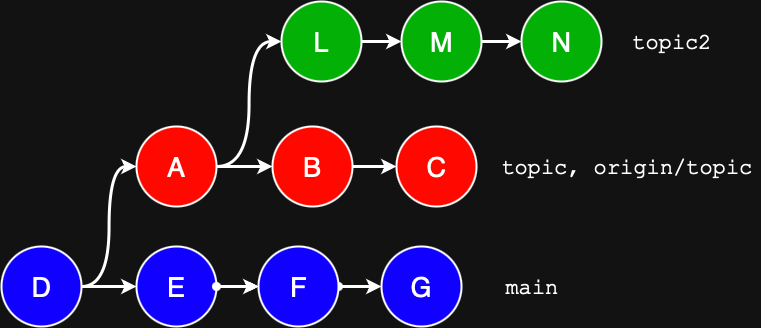
Earlier version of the draw.io export rebase-exercise/git-rebase-exercise-1.drawio.png (nav-mohan/wiki). Source tidied: cells renumbered, new cells last; positions are measured from the earlier drawing's top-left corner, leaving out a move shared by most shapes. Source of this version:
```xml
<mxGraphModel>
  <root>
    <mxCell id="0" />
    <mxCell id="1" parent="0" />
    <mxCell id="2" style="edgeStyle=orthogonalEdgeStyle;rounded=0;jettySize=auto;html=1;" parent="1" edge="1" source="4" target="21">
      <mxGeometry relative="1" as="geometry" />
    </mxCell>
    <mxCell id="3" style="edgeStyle=orthogonalEdgeStyle;rounded=0;jettySize=auto;html=1;" parent="1" edge="1" source="4" target="21">
      <mxGeometry relative="1" as="geometry" />
    </mxCell>
    <mxCell id="4" value="E" style="ellipse;whiteSpace=wrap;html=1;strokeWidth=2;fontSize=27;fillColor=light-dark(#FFFFFF,#1000FF);fontColor=light-dark(#000000,#FFFFFF);strokeColor=light-dark(#000000,#FFFFFF);" parent="1" vertex="1">
      <mxGeometry x="135" y="245" width="80" height="80" as="geometry" />
    </mxCell>
    <mxCell id="5" value="N" style="ellipse;whiteSpace=wrap;html=1;strokeWidth=2;fontSize=27;fillColor=light-dark(#FFFFFF,#02B006);fontColor=light-dark(#000000,#FFFFFF);strokeColor=default;align=center;verticalAlign=middle;fontFamily=Helvetica;" parent="1" vertex="1">
      <mxGeometry x="520" width="80" height="80" as="geometry" />
    </mxCell>
    <mxCell id="6" style="edgeStyle=orthogonalEdgeStyle;rounded=0;jettySize=auto;html=1;entryX=0;entryY=0.5;entryDx=0;entryDy=0;strokeWidth=3;" parent="1" edge="1" source="7" target="17">
      <mxGeometry relative="1" as="geometry">
        <Array as="points">
          <mxPoint x="260" y="165" />
          <mxPoint x="260" y="165" />
        </Array>
      </mxGeometry>
    </mxCell>
    <mxCell id="7" value="A" style="ellipse;whiteSpace=wrap;html=1;strokeWidth=2;fontSize=27;fillColor=light-dark(#FFFFFF,#FF0800);fontColor=light-dark(#000000,#FFFFFF);strokeColor=default;align=center;verticalAlign=middle;fontFamily=Helvetica;" parent="1" vertex="1">
      <mxGeometry x="135" y="125" width="80" height="80" as="geometry" />
    </mxCell>
    <mxCell id="8" style="endArrow=classic;html=1;rounded=0;exitX=1;exitY=0.5;exitDx=0;exitDy=0;entryX=0;entryY=0.5;entryDx=0;entryDy=0;strokeWidth=3;fontSize=27;fontColor=light-dark(#000000,#000000);endSize=6;" parent="1" edge="1" source="13" target="4">
      <mxGeometry relative="1" as="geometry" />
    </mxCell>
    <mxCell id="9" style="edgeStyle=orthogonalEdgeStyle;rounded=0;jettySize=auto;html=1;strokeWidth=3;endSize=6;" parent="1" edge="1" source="10" target="5">
      <mxGeometry relative="1" as="geometry" />
    </mxCell>
    <mxCell id="10" value="M" style="ellipse;whiteSpace=wrap;html=1;strokeWidth=2;fontSize=27;fillColor=light-dark(#FFFFFF,#02B006);fontColor=light-dark(#000000,#FFFFFF);strokeColor=default;align=center;verticalAlign=middle;fontFamily=Helvetica;" parent="1" vertex="1">
      <mxGeometry x="400" width="80" height="80" as="geometry" />
    </mxCell>
    <mxCell id="11" value="&lt;font face=&quot;Courier New&quot;&gt;topic2&lt;/font&gt;" style="text;html=1;align=center;verticalAlign=middle;strokeColor=none;fillColor=none;fontSize=22;" parent="1" vertex="1">
      <mxGeometry x="620" y="20" width="100" height="40" as="geometry" />
    </mxCell>
    <mxCell id="12" value="&lt;font face=&quot;Courier New&quot;&gt;topic, origin/topic&lt;/font&gt;" style="text;html=1;align=center;verticalAlign=middle;strokeColor=none;fillColor=none;fontSize=22;" parent="1" vertex="1">
      <mxGeometry x="490" y="145" width="270" height="40" as="geometry" />
    </mxCell>
    <mxCell id="13" value="D" style="ellipse;whiteSpace=wrap;html=1;strokeWidth=2;fontSize=27;fillColor=light-dark(#FFFFFF,#1000FF);fontColor=light-dark(#000000,#FFFFFF);strokeColor=light-dark(#000000,#FFFFFF);" parent="1" vertex="1">
      <mxGeometry y="245" width="80" height="80" as="geometry" />
    </mxCell>
    <mxCell id="14" style="endArrow=classic;html=1;rounded=0;entryX=0;entryY=0.5;entryDx=0;entryDy=0;exitX=1;exitY=0.5;exitDx=0;exitDy=0;strokeWidth=3;startArrow=oval;startFill=1;fontSize=27;fontColor=light-dark(#000000,#000000);endSize=6;" parent="1" edge="1" source="21" target="15">
      <mxGeometry relative="1" as="geometry" />
    </mxCell>
    <mxCell id="15" value="G" style="ellipse;whiteSpace=wrap;html=1;strokeWidth=2;fontSize=27;fillColor=light-dark(#FFFFFF,#1000FF);fontColor=light-dark(#000000,#FFFFFF);strokeColor=light-dark(#000000,#FFFFFF);" parent="1" vertex="1">
      <mxGeometry x="380" y="245" width="80" height="80" as="geometry" />
    </mxCell>
    <mxCell id="16" style="edgeStyle=orthogonalEdgeStyle;rounded=0;jettySize=auto;html=1;strokeColor=default;strokeWidth=3;align=center;verticalAlign=middle;fontFamily=Helvetica;fontSize=11;fontColor=default;labelBackgroundColor=default;endArrow=classic;" parent="1" edge="1" source="17" target="23">
      <mxGeometry relative="1" as="geometry">
        <Array as="points">
          <mxPoint x="380" y="165" />
          <mxPoint x="380" y="165" />
        </Array>
      </mxGeometry>
    </mxCell>
    <mxCell id="17" value="B" style="ellipse;whiteSpace=wrap;html=1;strokeWidth=2;fontSize=27;fillColor=light-dark(#FFFFFF,#FF0800);fontColor=light-dark(#000000,#FFFFFF);strokeColor=default;align=center;verticalAlign=middle;fontFamily=Helvetica;" parent="1" vertex="1">
      <mxGeometry x="271" y="125" width="80" height="80" as="geometry" />
    </mxCell>
    <mxCell id="18" style="edgeStyle=orthogonalEdgeStyle;rounded=0;jettySize=auto;html=1;strokeWidth=3;" parent="1" edge="1" source="19" target="10">
      <mxGeometry relative="1" as="geometry" />
    </mxCell>
    <mxCell id="19" value="L" style="ellipse;whiteSpace=wrap;html=1;strokeWidth=2;fontSize=27;fillColor=light-dark(#FFFFFF,#02B006);fontColor=light-dark(#000000,#FFFFFF);strokeColor=default;align=center;verticalAlign=middle;fontFamily=Helvetica;" parent="1" vertex="1">
      <mxGeometry x="280" width="80" height="80" as="geometry" />
    </mxCell>
    <mxCell id="20" style="endArrow=classic;html=1;rounded=0;entryX=0;entryY=0.5;entryDx=0;entryDy=0;exitX=1;exitY=0.5;exitDx=0;exitDy=0;strokeWidth=3;startArrow=oval;startFill=1;fontSize=27;fontColor=light-dark(#000000,#000000);endSize=6;" parent="1" edge="1" source="4" target="21">
      <mxGeometry relative="1" as="geometry" />
    </mxCell>
    <mxCell id="21" value="F" style="ellipse;whiteSpace=wrap;html=1;strokeWidth=2;fontSize=27;fillColor=light-dark(#FFFFFF,#1000FF);fontColor=light-dark(#000000,#FFFFFF);strokeColor=light-dark(#000000,#FFFFFF);" parent="1" vertex="1">
      <mxGeometry x="257" y="245" width="80" height="80" as="geometry" />
    </mxCell>
    <mxCell id="22" value="&lt;font face=&quot;Courier New&quot;&gt;main&lt;/font&gt;" style="text;html=1;align=center;verticalAlign=middle;strokeColor=none;fillColor=none;fontSize=22;" parent="1" vertex="1">
      <mxGeometry x="490" y="265" width="80" height="40" as="geometry" />
    </mxCell>
    <mxCell id="23" value="C" style="ellipse;whiteSpace=wrap;html=1;strokeWidth=2;fontSize=27;fillColor=light-dark(#FFFFFF,#FF0800);fontColor=light-dark(#000000,#FFFFFF);strokeColor=default;align=center;verticalAlign=middle;fontFamily=Helvetica;" parent="1" vertex="1">
      <mxGeometry x="395" y="125" width="80" height="80" as="geometry" />
    </mxCell>
    <mxCell id="24" style="edgeStyle=orthogonalEdgeStyle;rounded=0;jettySize=auto;html=1;entryX=0;entryY=0.5;entryDx=0;entryDy=0;strokeWidth=3;exitX=1;exitY=0.5;exitDx=0;exitDy=0;curved=1;" parent="1" edge="1" source="13" target="7">
      <mxGeometry relative="1" as="geometry" />
    </mxCell>
    <mxCell id="25" style="edgeStyle=orthogonalEdgeStyle;rounded=0;jettySize=auto;html=1;entryX=0;entryY=0.5;entryDx=0;entryDy=0;strokeWidth=3;exitX=1;exitY=0.5;exitDx=0;exitDy=0;curved=1;" parent="1" edge="1" source="7" target="19">
      <mxGeometry relative="1" as="geometry" />
    </mxCell>
  </root>
</mxGraphModel>
```
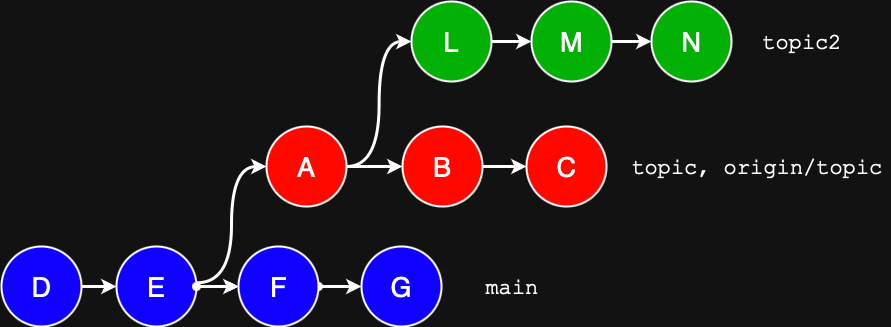
The same diagram one commit later.

Commit message:
edits to images rebase-exercise

The edit, as a diff of the source:
```diff
@@ -9,7 +9,7 @@
       <mxGeometry relative="1" as="geometry" />
     </mxCell>
     <mxCell id="4" value="E" style="ellipse;whiteSpace=wrap;html=1;strokeWidth=2;fontSize=27;fillColor=light-dark(#FFFFFF,#1000FF);fontColor=light-dark(#000000,#FFFFFF);strokeColor=light-dark(#000000,#FFFFFF);" parent="1" vertex="1">
-      <mxGeometry x="135" y="245" width="80" height="80" as="geometry" />
+      <mxGeometry x="-15" y="245" width="80" height="80" as="geometry" />
     </mxCell>
     <mxCell id="5" value="N" style="ellipse;whiteSpace=wrap;html=1;strokeWidth=2;fontSize=27;fillColor=light-dark(#FFFFFF,#02B006);fontColor=light-dark(#000000,#FFFFFF);strokeColor=default;align=center;verticalAlign=middle;fontFamily=Helvetica;" parent="1" vertex="1">
       <mxGeometry x="520" width="80" height="80" as="geometry" />
@@ -17,8 +17,8 @@
     <mxCell id="6" style="edgeStyle=orthogonalEdgeStyle;rounded=0;jettySize=auto;html=1;entryX=0;entryY=0.5;entryDx=0;entryDy=0;strokeWidth=3;" parent="1" edge="1" source="7" target="17">
       <mxGeometry relative="1" as="geometry">
         <Array as="points">
-          <mxPoint x="260" y="165" />
-          <mxPoint x="260" y="165" />
+          <mxPoint x="190" y="165" />
+          <mxPoint x="190" y="165" />
         </Array>
       </mxGeometry>
     </mxCell>
@@ -41,19 +41,19 @@
       <mxGeometry x="490" y="145" width="270" height="40" as="geometry" />
     </mxCell>
     <mxCell id="13" value="D" style="ellipse;whiteSpace=wrap;html=1;strokeWidth=2;fontSize=27;fillColor=light-dark(#FFFFFF,#1000FF);fontColor=light-dark(#000000,#FFFFFF);strokeColor=light-dark(#000000,#FFFFFF);" parent="1" vertex="1">
-      <mxGeometry y="245" width="80" height="80" as="geometry" />
+      <mxGeometry x="-130" y="245" width="80" height="80" as="geometry" />
     </mxCell>
     <mxCell id="14" style="endArrow=classic;html=1;rounded=0;entryX=0;entryY=0.5;entryDx=0;entryDy=0;exitX=1;exitY=0.5;exitDx=0;exitDy=0;strokeWidth=3;startArrow=oval;startFill=1;fontSize=27;fontColor=light-dark(#000000,#000000);endSize=6;" parent="1" edge="1" source="21" target="15">
       <mxGeometry relative="1" as="geometry" />
     </mxCell>
     <mxCell id="15" value="G" style="ellipse;whiteSpace=wrap;html=1;strokeWidth=2;fontSize=27;fillColor=light-dark(#FFFFFF,#1000FF);fontColor=light-dark(#000000,#FFFFFF);strokeColor=light-dark(#000000,#FFFFFF);" parent="1" vertex="1">
-      <mxGeometry x="380" y="245" width="80" height="80" as="geometry" />
+      <mxGeometry x="230" y="245" width="80" height="80" as="geometry" />
     </mxCell>
     <mxCell id="16" style="edgeStyle=orthogonalEdgeStyle;rounded=0;jettySize=auto;html=1;strokeColor=default;strokeWidth=3;align=center;verticalAlign=middle;fontFamily=Helvetica;fontSize=11;fontColor=default;labelBackgroundColor=default;endArrow=classic;" parent="1" edge="1" source="17" target="23">
       <mxGeometry relative="1" as="geometry">
         <Array as="points">
-          <mxPoint x="380" y="165" />
-          <mxPoint x="380" y="165" />
+          <mxPoint x="310" y="165" />
+          <mxPoint x="310" y="165" />
         </Array>
       </mxGeometry>
     </mxCell>
@@ -70,15 +70,15 @@
       <mxGeometry relative="1" as="geometry" />
     </mxCell>
     <mxCell id="21" value="F" style="ellipse;whiteSpace=wrap;html=1;strokeWidth=2;fontSize=27;fillColor=light-dark(#FFFFFF,#1000FF);fontColor=light-dark(#000000,#FFFFFF);strokeColor=light-dark(#000000,#FFFFFF);" parent="1" vertex="1">
-      <mxGeometry x="257" y="245" width="80" height="80" as="geometry" />
+      <mxGeometry x="107" y="245" width="80" height="80" as="geometry" />
     </mxCell>
     <mxCell id="22" value="&lt;font face=&quot;Courier New&quot;&gt;main&lt;/font&gt;" style="text;html=1;align=center;verticalAlign=middle;strokeColor=none;fillColor=none;fontSize=22;" parent="1" vertex="1">
-      <mxGeometry x="490" y="265" width="80" height="40" as="geometry" />
+      <mxGeometry x="340" y="265" width="80" height="40" as="geometry" />
     </mxCell>
     <mxCell id="23" value="C" style="ellipse;whiteSpace=wrap;html=1;strokeWidth=2;fontSize=27;fillColor=light-dark(#FFFFFF,#FF0800);fontColor=light-dark(#000000,#FFFFFF);strokeColor=default;align=center;verticalAlign=middle;fontFamily=Helvetica;" parent="1" vertex="1">
       <mxGeometry x="395" y="125" width="80" height="80" as="geometry" />
     </mxCell>
-    <mxCell id="24" style="edgeStyle=orthogonalEdgeStyle;rounded=0;jettySize=auto;html=1;entryX=0;entryY=0.5;entryDx=0;entryDy=0;strokeWidth=3;exitX=1;exitY=0.5;exitDx=0;exitDy=0;curved=1;" parent="1" edge="1" source="13" target="7">
+    <mxCell id="24" style="rounded=0;jettySize=auto;html=1;entryX=0;entryY=0.5;entryDx=0;entryDy=0;strokeWidth=3;exitX=1.004;exitY=0.453;exitDx=0;exitDy=0;exitPerimeter=0;edgeStyle=orthogonalEdgeStyle;curved=1;" parent="1" edge="1" source="4" target="7">
       <mxGeometry relative="1" as="geometry" />
     </mxCell>
     <mxCell id="25" style="edgeStyle=orthogonalEdgeStyle;rounded=0;jettySize=auto;html=1;entryX=0;entryY=0.5;entryDx=0;entryDy=0;strokeWidth=3;exitX=1;exitY=0.5;exitDx=0;exitDy=0;curved=1;" parent="1" edge="1" source="7" target="19">
```
